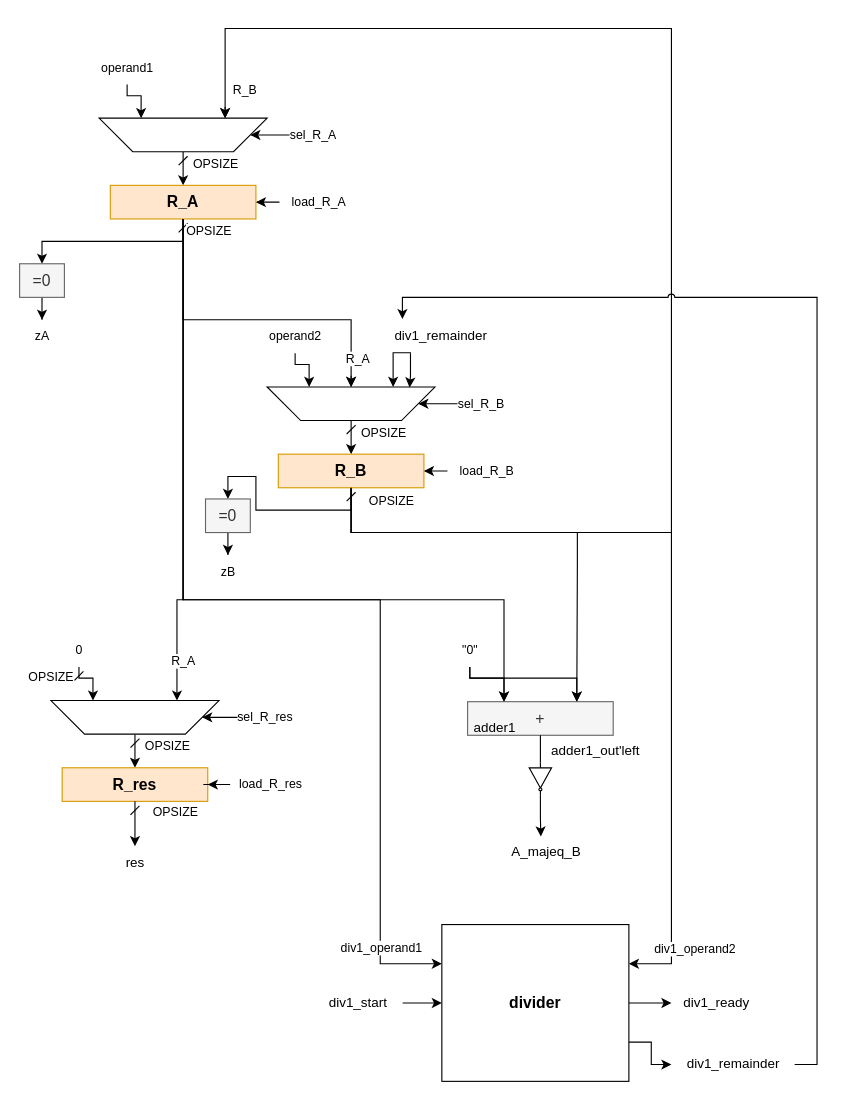
Above: page "mcd_dp" (7 of 7) of ASMcharts/ASM.drawio in DavidTrevisan/calcolatori_elettronici_2025 (draw.io), before the change. Source tidied: cells renumbered, new cells numbered last; positions are measured from the earlier drawing's top-left corner, leaving out a move shared by most shapes. Both pictures are drawn from the tidied source at 112%, with x=0, y=0 at pixel (19, 28).
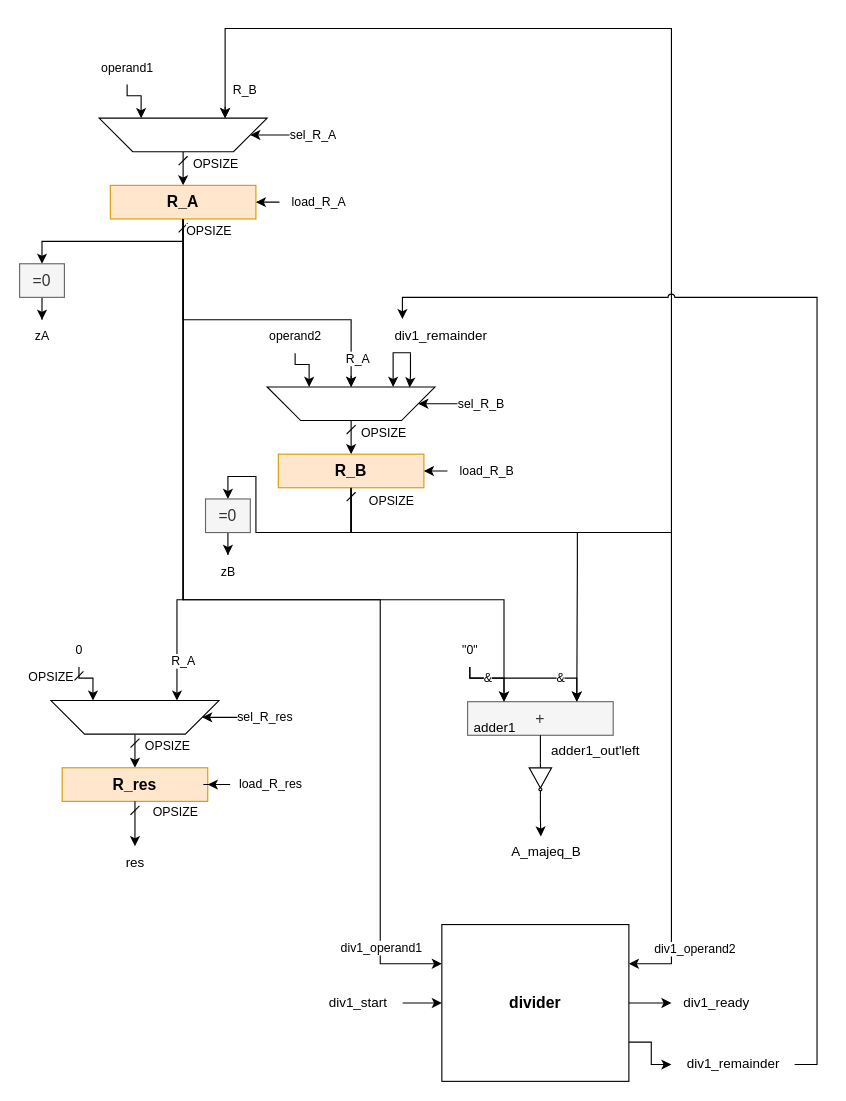
After the change.

The change refers to these unchanged cells:
```xml
<mxCell id="27" value="R_B" style="rounded=0;whiteSpace=wrap;html=1;fontFamily=Helvetica;fontSize=14;labelBackgroundColor=none;fillColor=#ffe6cc;strokeColor=#d79b00;fontStyle=1;" parent="1" vertex="1">
  <mxGeometry x="231" y="380" width="130" height="30" as="geometry" />
</mxCell>
<mxCell id="61" style="edgeStyle=orthogonalEdgeStyle;rounded=0;jettySize=auto;html=1;entryX=0.75;entryY=0;entryDx=0;entryDy=0;" parent="1" edge="1" source="62" target="58">
  <mxGeometry relative="1" as="geometry">
    <Array as="points">
      <mxPoint x="402" y="580" />
      <mxPoint x="498" y="580" />
    </Array>
  </mxGeometry>
</mxCell>
<mxCell id="72" value="=0" style="rounded=0;whiteSpace=wrap;html=1;fontFamily=Helvetica;fontSize=14;labelBackgroundColor=none;fillColor=#f5f5f5;strokeColor=#666666;fontStyle=0;fontColor=#333333;" parent="1" vertex="1">
  <mxGeometry x="166" y="420" width="40" height="30" as="geometry" />
</mxCell>
```

Change to the diagram source:
```diff
@@
     <mxCell id="24" style="edgeStyle=orthogonalEdgeStyle;rounded=0;jettySize=auto;html=1;entryX=0.5;entryY=0;entryDx=0;entryDy=0;exitX=0.5;exitY=1;exitDx=0;exitDy=0;" parent="1" edge="1" source="27" target="72">
-      <mxGeometry relative="1" as="geometry" />
+      <mxGeometry relative="1" as="geometry">
+        <Array as="points">
+          <mxPoint x="296" y="450" />
+          <mxPoint x="211" y="450" />
+          <mxPoint x="211" y="400" />
+          <mxPoint x="186" y="400" />
+        </Array>
+      </mxGeometry>
     </mxCell>
@@
+    <mxCell id="82" value="&amp;amp;" style="edgeLabel;html=1;align=center;verticalAlign=middle;" parent="61" vertex="1">
+      <mxGeometry x="-0.6" y="1" relative="1" as="geometry" />
+    </mxCell>
+    <mxCell id="83" value="&amp;amp;" style="edgeLabel;html=1;align=center;verticalAlign=middle;" parent="61" vertex="1">
+      <mxGeometry x="0.43" y="1" relative="1" as="geometry" />
+    </mxCell>
```
